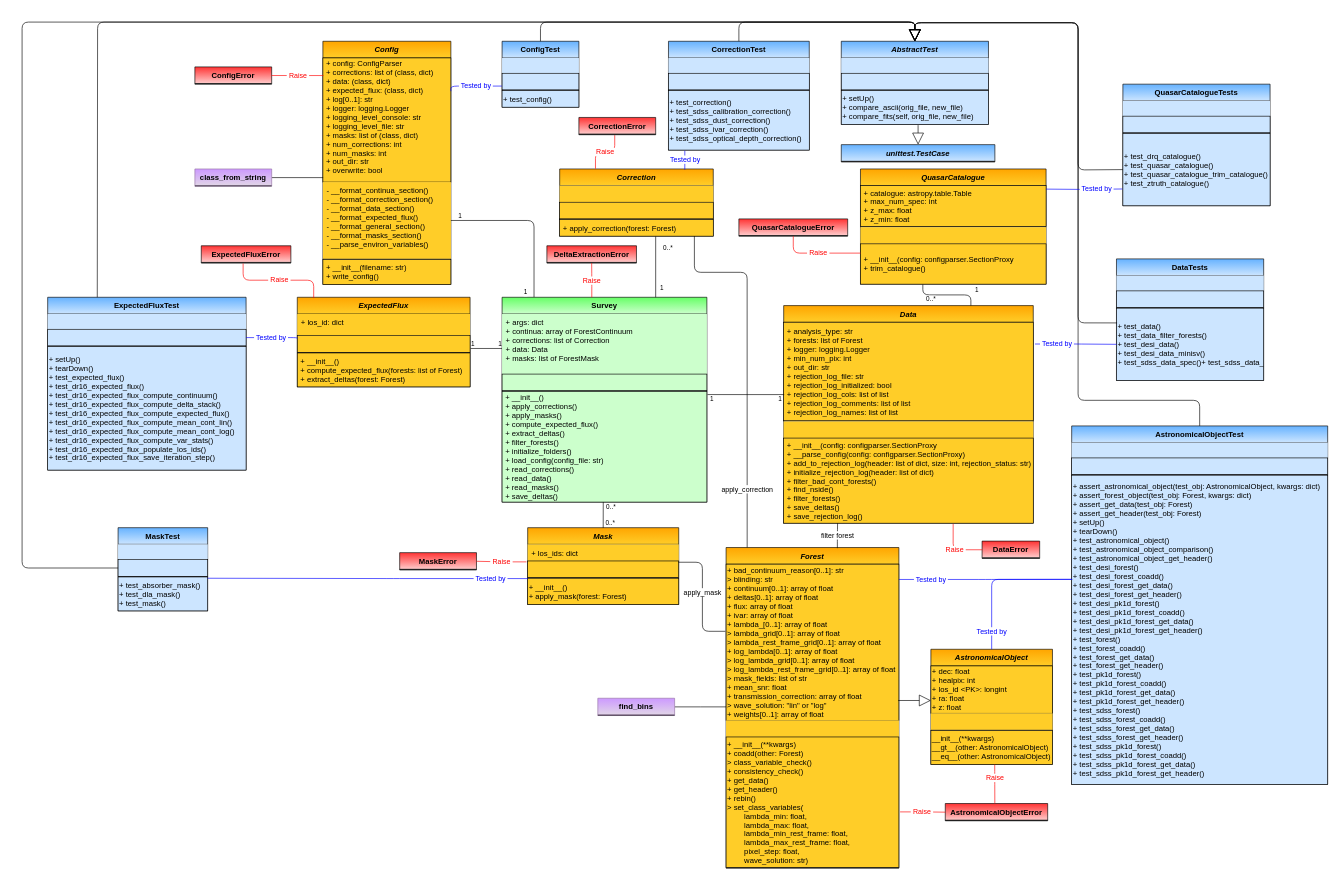
Above: page "Main" (1 of 7) of docs/delta_extraction/data_model/data_model.drawio in igmhub/picca (draw.io), before the change. Source tidied: cells renumbered, new cells numbered last; positions are measured from the earlier drawing's top-left corner, leaving out a move shared by most shapes. Both pictures are drawn from the tidied source at 64%, with x=0, y=0 at pixel (22, 22).
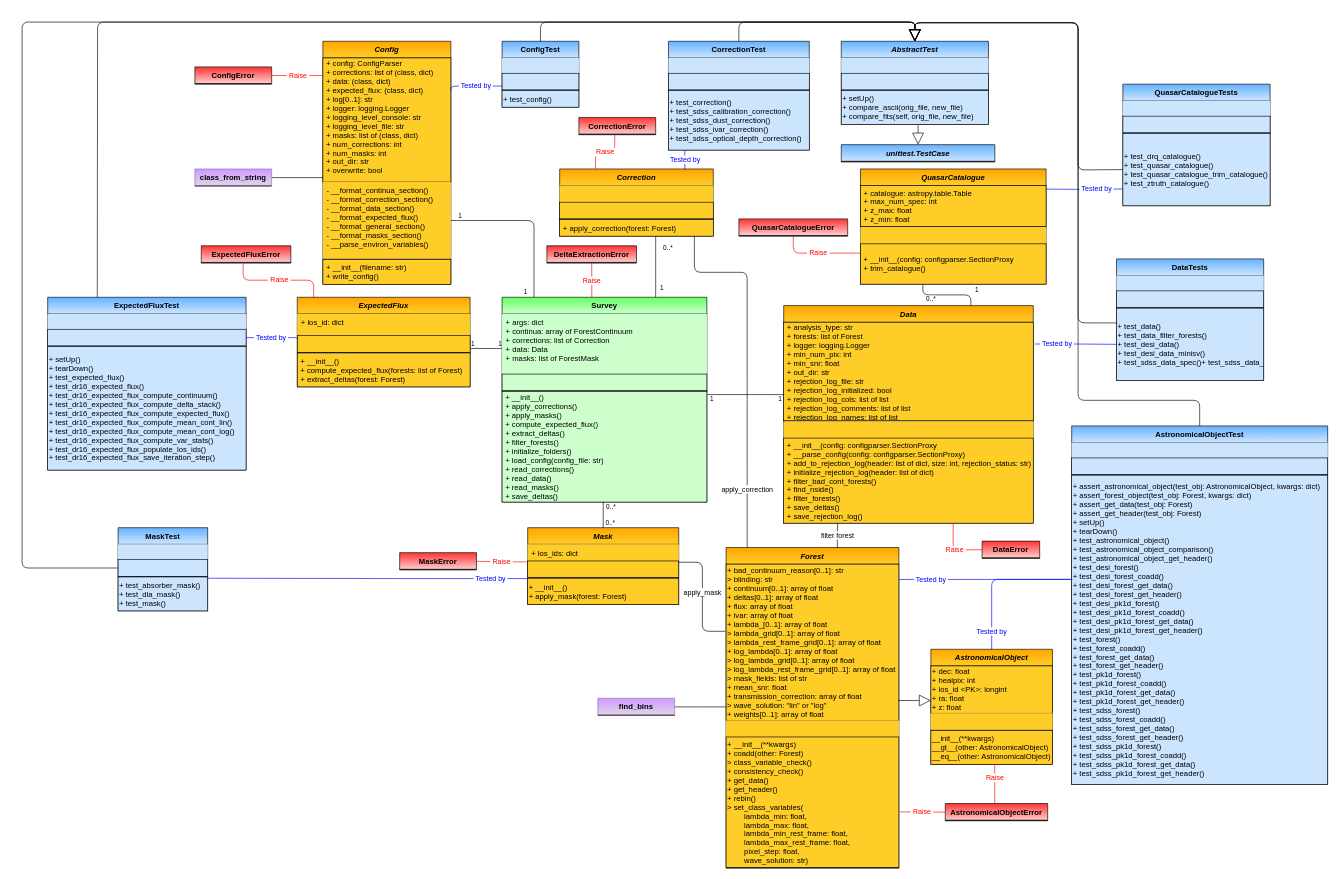
Above is the later version.

The change refers to these unchanged cells:
```xml
<mxCell id="95" value="Data" style="swimlane;fontStyle=3;horizontal=1;startSize=26;fillColor=#ffcd28;swimlaneFillColor=#ffffff;rounded=0;shadow=0;glass=0;comic=0;strokeColor=#000000;gradientColor=#ffa500;swimlaneLine=1;gradientDirection=north;" parent="1" vertex="1">
  <mxGeometry x="1190" y="443" width="390" height="340" as="geometry" />
</mxCell>
```

What changed in the source:
```diff
@@
-    <mxCell id="96" value=" + analysis_type: str&#10; + forests: list of Forest&#10; + logger: logging.Logger&#10; + min_num_pix: int&#10; + out_dir: str&#10; + rejection_log_file: str&#10; + rejection_log_initialized: bool&#10; + rejection_log_cols: list of list&#10; + rejection_log_comments: list of list&#10; + rejection_log_names: list of list" style="text;strokeColor=#000000;fillColor=#ffcd28;align=left;verticalAlign=middle;overflow=hidden;points=[[0,0.5],[1,0.5]];portConstraint=eastwest;rounded=0;shadow=0;glass=0;comic=0;fontStyle=0;gradientColor=none;swimlaneFillColor=#ffffff;gradientDirection=north;startSize=26;" parent="95" vertex="1">
+    <mxCell id="96" value=" + analysis_type: str&#10; + forests: list of Forest&#10; + logger: logging.Logger&#10; + min_num_pix: int&#10; + min_snr: float&#10; + out_dir: str &#10; + rejection_log_file: str&#10; + rejection_log_initialized: bool&#10; + rejection_log_cols: list of list&#10; + rejection_log_comments: list of list&#10; + rejection_log_names: list of list" style="text;strokeColor=#000000;fillColor=#ffcd28;align=left;verticalAlign=middle;overflow=hidden;points=[[0,0.5],[1,0.5]];portConstraint=eastwest;rounded=0;shadow=0;glass=0;comic=0;fontStyle=0;gradientColor=none;swimlaneFillColor=#ffffff;gradientDirection=north;startSize=26;" parent="95" vertex="1">
       <mxGeometry y="26" width="390" height="154" as="geometry" />
     </mxCell>
```
